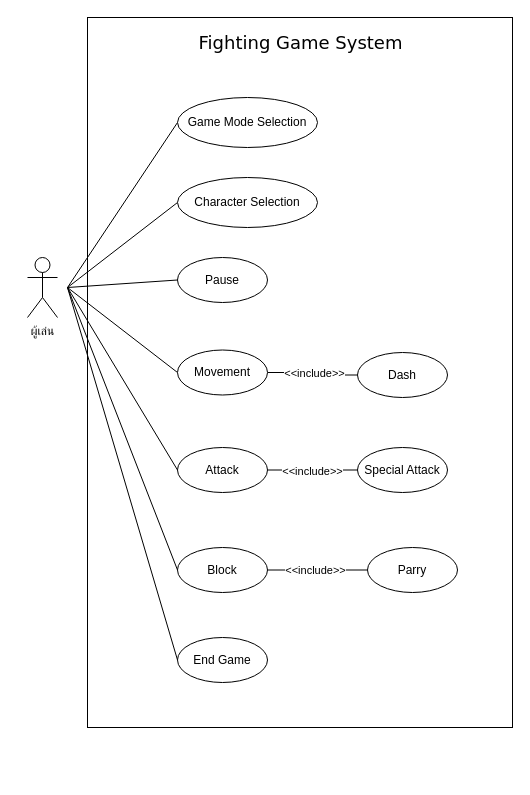
Above: usecase_final.drawio in ItipatS/HoloArena (draw.io), before the change. Source tidied: cells renumbered, new cells numbered last; positions are measured from the earlier drawing's top-left corner, leaving out a move shared by most shapes. Both pictures are drawn from the tidied source at 100%, with x=0, y=0 at pixel (27, 17).
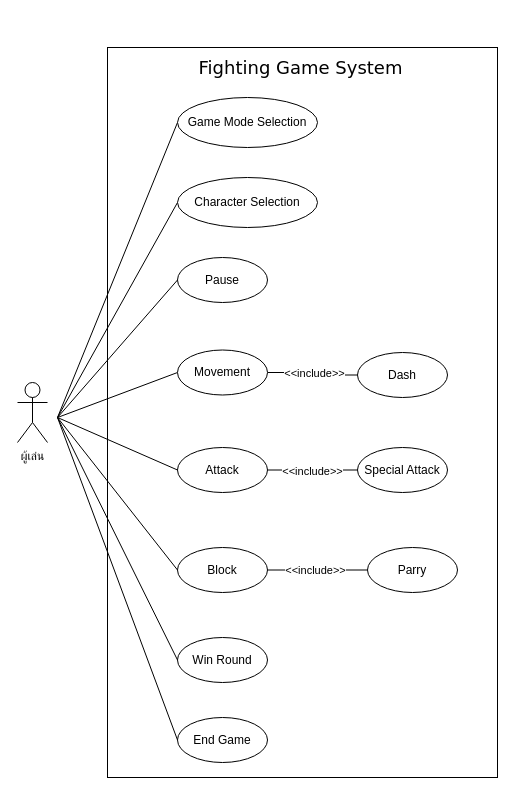
The same page after the edit.

Commit message:
Add Win Round

The change refers to these unchanged cells:
```xml
<mxCell id="7" value="Game Mode Selection" style="ellipse;whiteSpace=wrap;html=1;" parent="1" vertex="1">
  <mxGeometry x="150" y="80" width="140" height="50" as="geometry" />
</mxCell>
<mxCell id="8" value="Character Selection" style="ellipse;whiteSpace=wrap;html=1;" parent="1" vertex="1">
  <mxGeometry x="150" y="160" width="140" height="50" as="geometry" />
</mxCell>
<mxCell id="15" value="Block" style="ellipse;whiteSpace=wrap;html=1;" parent="1" vertex="1">
  <mxGeometry x="150" y="530" width="90" height="45" as="geometry" />
</mxCell>
<mxCell id="16" value="Pause" style="ellipse;whiteSpace=wrap;html=1;" parent="1" vertex="1">
  <mxGeometry x="150" y="240" width="90" height="45" as="geometry" />
</mxCell>
<mxCell id="22" value="Attack" style="ellipse;whiteSpace=wrap;html=1;" parent="1" vertex="1">
  <mxGeometry x="150" y="430" width="90" height="45" as="geometry" />
</mxCell>
<mxCell id="25" value="Movement" style="ellipse;whiteSpace=wrap;html=1;" parent="1" vertex="1">
  <mxGeometry x="150" y="332.5" width="90" height="45" as="geometry" />
</mxCell>
```

What changed in the source:
```diff
@@
     <mxCell id="2" style="rounded=0;whiteSpace=wrap;html=1;" parent="1" vertex="1">
-      <mxGeometry x="60" width="425" height="710" as="geometry" />
+      <mxGeometry x="80" y="30" width="390" height="730" as="geometry" />
     </mxCell>
     <mxCell id="3" style="rounded=0;jettySize=auto;html=1;entryX=0;entryY=0.5;entryDx=0;entryDy=0;endArrow=none;startFill=0;" parent="1" edge="1" target="30">
       <mxGeometry relative="1" as="geometry">
-        <mxPoint x="40" y="270" as="sourcePoint" />
+        <mxPoint x="30" y="400" as="sourcePoint" />
       </mxGeometry>
     </mxCell>
+    <mxCell id="31" style="rounded=0;jettySize=auto;html=1;entryX=0;entryY=0.5;entryDx=0;entryDy=0;endArrow=none;endFill=0;" parent="1" edge="1" target="32">
+      <mxGeometry relative="1" as="geometry">
+        <mxPoint x="30" y="400" as="sourcePoint" />
+      </mxGeometry>
+    </mxCell>
     <mxCell id="4" value="ผู้เล่น" style="shape=umlActor;verticalLabelPosition=bottom;verticalAlign=top;html=1;" parent="1" vertex="1">
-      <mxGeometry y="240" width="30" height="60" as="geometry" />
+      <mxGeometry x="-10" y="365" width="30" height="60" as="geometry" />
     </mxCell>
     <mxCell id="5" style="rounded=0;jettySize=auto;html=1;entryX=0;entryY=0.5;entryDx=0;entryDy=0;endArrow=none;startFill=0;" parent="1" edge="1" target="7">
       <mxGeometry relative="1" as="geometry">
-        <mxPoint x="40" y="270" as="sourcePoint" />
+        <mxPoint x="30" y="400" as="sourcePoint" />
       </mxGeometry>
     </mxCell>
     <mxCell id="6" style="rounded=0;jettySize=auto;html=1;entryX=0;entryY=0.5;entryDx=0;entryDy=0;endArrow=none;startFill=0;" parent="1" edge="1" target="8">
       <mxGeometry relative="1" as="geometry">
-        <mxPoint x="40" y="270" as="sourcePoint" />
+        <mxPoint x="30" y="400" as="sourcePoint" />
       </mxGeometry>
     </mxCell>
@@
     <mxCell id="9" style="rounded=0;jettySize=auto;html=1;entryX=0;entryY=0.5;entryDx=0;entryDy=0;endArrow=none;startFill=0;" parent="1" edge="1" target="25">
       <mxGeometry relative="1" as="geometry">
-        <mxPoint x="40" y="270" as="sourcePoint" />
+        <mxPoint x="30" y="400" as="sourcePoint" />
       </mxGeometry>
     </mxCell>
     <mxCell id="10" style="rounded=0;jettySize=auto;html=1;entryX=0;entryY=0.5;entryDx=0;entryDy=0;endArrow=none;startFill=0;" parent="1" edge="1" target="22">
       <mxGeometry relative="1" as="geometry">
-        <mxPoint x="40" y="270" as="sourcePoint" />
+        <mxPoint x="30" y="400" as="sourcePoint" />
       </mxGeometry>
     </mxCell>
     <mxCell id="11" style="rounded=0;jettySize=auto;html=1;entryX=0;entryY=0.5;entryDx=0;entryDy=0;endArrow=none;startFill=0;" parent="1" edge="1" target="15">
       <mxGeometry relative="1" as="geometry">
-        <mxPoint x="40" y="270" as="sourcePoint" />
+        <mxPoint x="30" y="400" as="sourcePoint" />
       </mxGeometry>
     </mxCell>
     <mxCell id="12" style="rounded=0;jettySize=auto;html=1;entryX=0;entryY=0.5;entryDx=0;entryDy=0;endArrow=none;startFill=0;" parent="1" edge="1" target="16">
       <mxGeometry relative="1" as="geometry">
-        <mxPoint x="40" y="270" as="sourcePoint" />
+        <mxPoint x="30" y="400" as="sourcePoint" />
       </mxGeometry>
     </mxCell>
@@
     <mxCell id="29" value="&lt;font style=&quot;font-size: 18px;&quot; face=&quot;Verdana&quot;&gt;Fighting Game System&lt;/font&gt;" style="text;html=1;align=center;verticalAlign=middle;strokeColor=none;fillColor=none;" parent="1" vertex="1">
-      <mxGeometry x="157.5" y="5" width="230" height="40" as="geometry" />
+      <mxGeometry x="157.5" y="30" width="230" height="40" as="geometry" />
     </mxCell>
-    <mxCell id="30" value="End Game" style="ellipse;whiteSpace=wrap;html=1;" parent="1" vertex="1">
+    <mxCell id="30" value="Win Round" style="ellipse;whiteSpace=wrap;html=1;" parent="1" vertex="1">
       <mxGeometry x="150" y="620" width="90" height="45" as="geometry" />
     </mxCell>
+    <mxCell id="32" value="End Game" style="ellipse;whiteSpace=wrap;html=1;" parent="1" vertex="1">
+      <mxGeometry x="150" y="700" width="90" height="45" as="geometry" />
+    </mxCell>
```
